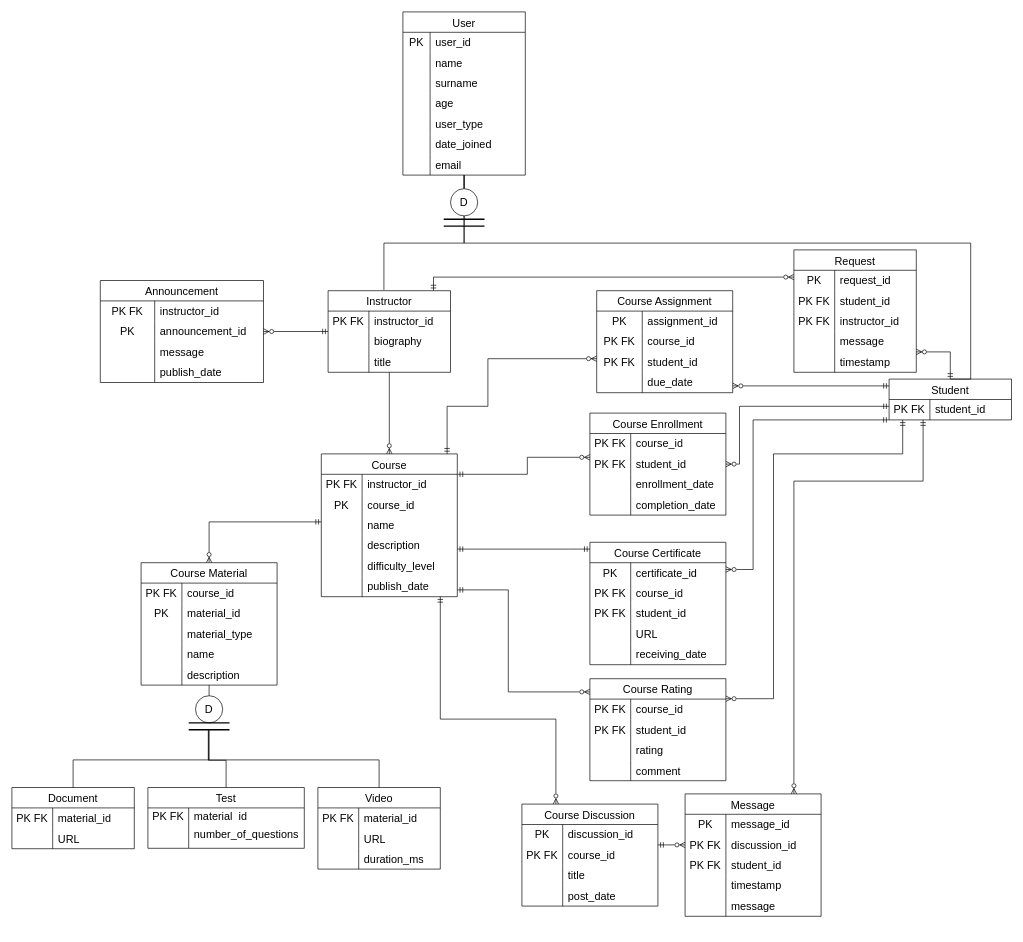
Before: Başlıksız Diyagram.drawio in Luieitalian/VTYS, a draw.io diagram. Source tidied: cells renumbered, new cells numbered last; positions are measured from the earlier drawing's top-left corner, leaving out a move shared by most shapes. Both pictures are drawn from the tidied source at 68%, with x=0, y=0 at pixel (12, 12).
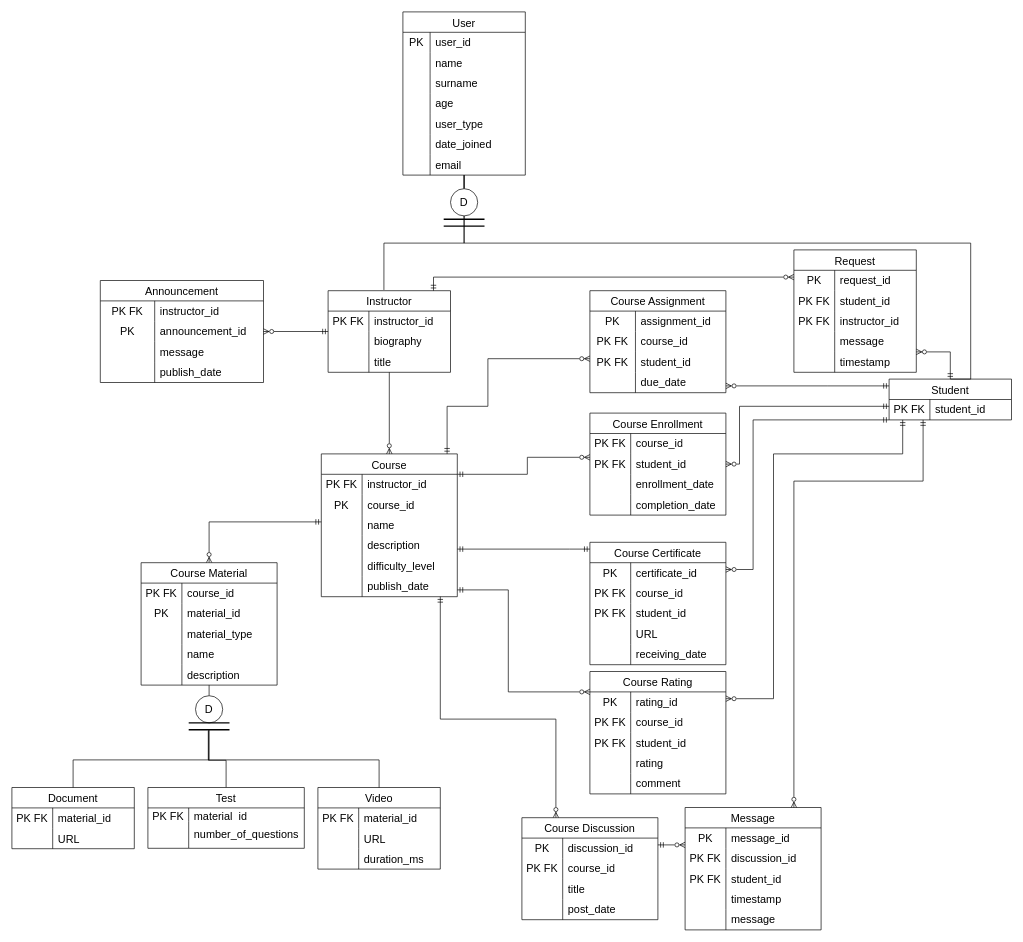
Above is the later version.

What changed in the source:
```diff
@@
     <mxCell id="124" value="Course Discussion" style="shape=table;startSize=30;childLayout=tableLayout;rowLines=0;fontStyle=0;strokeColor=default;fontSize=16;" parent="1" vertex="1">
-      <mxGeometry x="750" y="1165" width="200" height="150" as="geometry" />
+      <mxGeometry x="750" y="1185" width="200" height="150" as="geometry" />
     </mxCell>
@@
     <mxCell id="137" value="Message" style="shape=table;startSize=30;childLayout=tableLayout;rowLines=0;fontStyle=0;strokeColor=default;fontSize=16;" parent="1" vertex="1">
-      <mxGeometry x="990" y="1150" width="200" height="180" as="geometry" />
+      <mxGeometry x="990" y="1170" width="200" height="180" as="geometry" />
     </mxCell>
@@
     <mxCell id="154" value="Course Assignment" style="shape=table;startSize=30;childLayout=tableLayout;rowLines=0;fontStyle=0;strokeColor=default;fontSize=16;" parent="1" vertex="1">
-      <mxGeometry x="860" y="410" width="200" height="150" as="geometry" />
+      <mxGeometry x="850" y="410" width="200" height="150" as="geometry" />
     </mxCell>
@@
     <mxCell id="181" value="Course Rating" style="shape=table;startSize=30;childLayout=tableLayout;rowLines=0;fontStyle=0;strokeColor=default;fontSize=16;" parent="1" vertex="1">
-      <mxGeometry x="850" y="980.6" width="200" height="150" as="geometry" />
+      <mxGeometry x="850" y="970" width="200" height="180" as="geometry" />
     </mxCell>
+    <mxCell id="239" style="shape=tableRow;horizontal=0;startSize=0;swimlaneHead=0;swimlaneBody=0;top=0;left=0;bottom=0;right=0;fillColor=none;strokeColor=inherit;fontSize=16;" parent="181" vertex="1">
+      <mxGeometry y="30" width="200" height="30" as="geometry" />
+    </mxCell>
+    <mxCell id="240" value="PK" style="shape=partialRectangle;html=1;whiteSpace=wrap;fillColor=none;top=0;left=0;bottom=0;right=0;overflow=hidden;strokeColor=inherit;fontSize=16;" parent="239" vertex="1">
+      <mxGeometry width="60" height="30" as="geometry" />
+    </mxCell>
+    <mxCell id="241" value="rating_id" style="shape=partialRectangle;html=1;whiteSpace=wrap;fillColor=none;top=0;left=0;bottom=0;right=0;align=left;spacingLeft=6;overflow=hidden;strokeColor=inherit;fontSize=16;" parent="239" vertex="1">
+      <mxGeometry x="60" width="140" height="30" as="geometry" />
+    </mxCell>
     <mxCell id="182" style="shape=tableRow;horizontal=0;startSize=0;swimlaneHead=0;swimlaneBody=0;top=0;left=0;bottom=0;right=0;fillColor=none;strokeColor=inherit;fontSize=16;" parent="181" vertex="1">
-      <mxGeometry y="30" width="200" height="30" as="geometry" />
+      <mxGeometry y="60" width="200" height="30" as="geometry" />
     </mxCell>
@@
     <mxCell id="185" style="shape=tableRow;horizontal=0;startSize=0;swimlaneHead=0;swimlaneBody=0;top=0;left=0;bottom=0;right=0;fillColor=none;strokeColor=inherit;fontSize=16;" parent="181" vertex="1">
-      <mxGeometry y="60" width="200" height="30" as="geometry" />
+      <mxGeometry y="90" width="200" height="30" as="geometry" />
     </mxCell>
@@
     <mxCell id="188" style="shape=tableRow;horizontal=0;startSize=0;swimlaneHead=0;swimlaneBody=0;top=0;left=0;bottom=0;right=0;fillColor=none;strokeColor=inherit;fontSize=16;" parent="181" vertex="1">
-      <mxGeometry y="90" width="200" height="30" as="geometry" />
+      <mxGeometry y="120" width="200" height="30" as="geometry" />
     </mxCell>
@@
     <mxCell id="191" style="shape=tableRow;horizontal=0;startSize=0;swimlaneHead=0;swimlaneBody=0;top=0;left=0;bottom=0;right=0;fillColor=none;strokeColor=inherit;fontSize=16;" parent="181" vertex="1">
-      <mxGeometry y="120" width="200" height="30" as="geometry" />
+      <mxGeometry y="150" width="200" height="30" as="geometry" />
     </mxCell>
```
